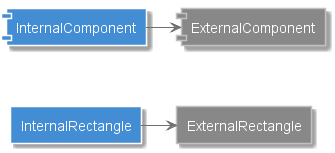
Above: docs/diagrams/containers.png in skleanthous/C4-PlantumlSkin (PlantUML), before the change.
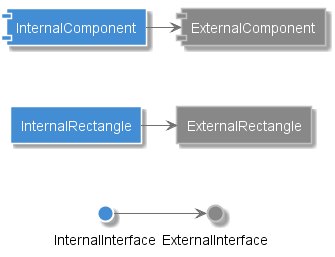
Later version of the same file.

Diff of the diagram source:
```diff
@@ -41,23 +41,39 @@
   BackgroundColor #686868
 }
 
-skinparam rectangle<<External Component>> {
-  FontColor #FFFFFF
-  BorderColor #707070
-  BackgroundColor #999999
-}
+    skinparam rectangle<<Internal Component>> {
+      FontColor #505050
+      BorderColor #A0A0A0
+      BackgroundColor #85BBF0
+    }
 
-skinparam rectangle<<Internal Component>> {
-  FontColor #505050
-  BorderColor #A0A0A0
-  BackgroundColor #85BBF0
-}
+    skinparam rectangle<<Component>> {
+      FontColor #505050
+      BorderColor #A0A0A0
+      BackgroundColor #85BBF0
+    }
 
-skinparam rectangle<<Component>> {
-  FontColor #505050
-  BorderColor #A0A0A0
-  BackgroundColor #85BBF0
-}
+    skinparam rectangle<<External Component>> {
+      FontColor #FFFFFF
+      BorderColor #707070
+      BackgroundColor #999999
+    }
+
+    skinparam interface<<Internal Component>> {
+      BorderColor #A0A0A0
+      BackgroundColor #85BBF0
+    }
+
+    skinparam interface<<Component>> {
+      BorderColor #A0A0A0
+      BackgroundColor #85BBF0
+    }
+
+    skinparam interface<<External Component>> {
+      BorderColor #707070
+      BackgroundColor #999999
+    }
+
 
 
     skinparam component<<Internal Container>> {
@@ -90,7 +106,6 @@
       BackgroundColor #888888
     }
 
-
     skinparam rectangle<<Internal Container>> {
       FontColor #FFFFFF
       BorderColor CONTAINER_BORDER_COLOR
@@ -105,6 +120,21 @@
 
     skinparam rectangle<<External Container>> {
       FontColor #FFFFFF
+      BorderColor #C0C0C0
+      BackgroundColor #888888
+    }
+
+    skinparam interface<<Internal Container>> {
+      BorderColor CONTAINER_BORDER_COLOR
+      BackgroundColor #438DD5
+    }
+
+    skinparam interface<<Container>> {
+      BorderColor CONTAINER_BORDER_COLOR
+      BackgroundColor #438DD5
+    }
+
+    skinparam interface<<External Container>> {
       BorderColor #C0C0C0
       BackgroundColor #888888
     }
@@ -227,14 +257,36 @@
       BackgroundColor #777777
     }
 
+    skinparam interface<<Internal System>> {
+      BorderColor #A0A0A0
+      BackgroundColor #1168BD
+    }
+
+    skinparam interface<<System>> {
+      BorderColor #A0A0A0
+      BackgroundColor #1168BD
+    }
+
+    skinparam interface<<External System>> {
+      BorderColor #C0C0C0
+      BackgroundColor #777777
+    }
+
 component InternalComponent <<Internal Container>>
 component ExternalComponent <<External Container>>
 
 rectangle InternalRectangle <<Internal Container>>
 rectangle ExternalRectangle <<External Container>>
 
+interface InternalInterface <<Internal Container>>
+interface ExternalInterface <<External Container>>
+
 InternalComponent -right-> ExternalComponent
+InternalRectangle -right-> ExternalRectangle
+InternalInterface --right-> ExternalInterface
+
 InternalComponent -[hidden]down-> InternalRectangle
-InternalRectangle -right-> ExternalRectangle
+InternalRectangle -[hidden]down-> InternalInterface
+ExternalRectangle -[hidden]down-> ExternalInterface
 
 @enduml
```
